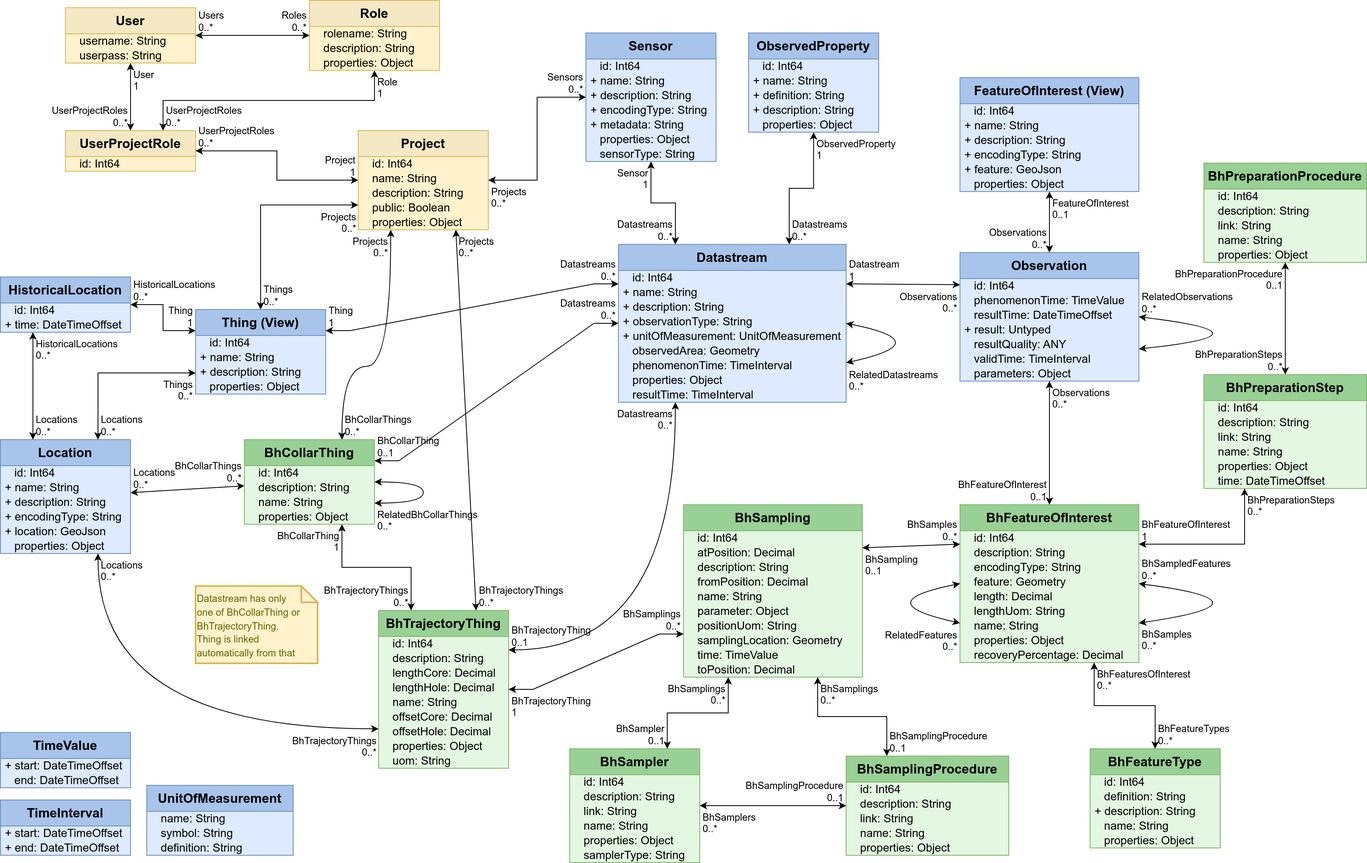
Before: Datamodel-SensorThingsApi-GeoTech.drawio.png, a diagram exported from draw.io (hylkevds/FROST-Server.Plugin.GeoTech). Source tidied: cells renumbered, new cells last; positions are measured from the earlier drawing's top-left corner, leaving out a move shared by most shapes.
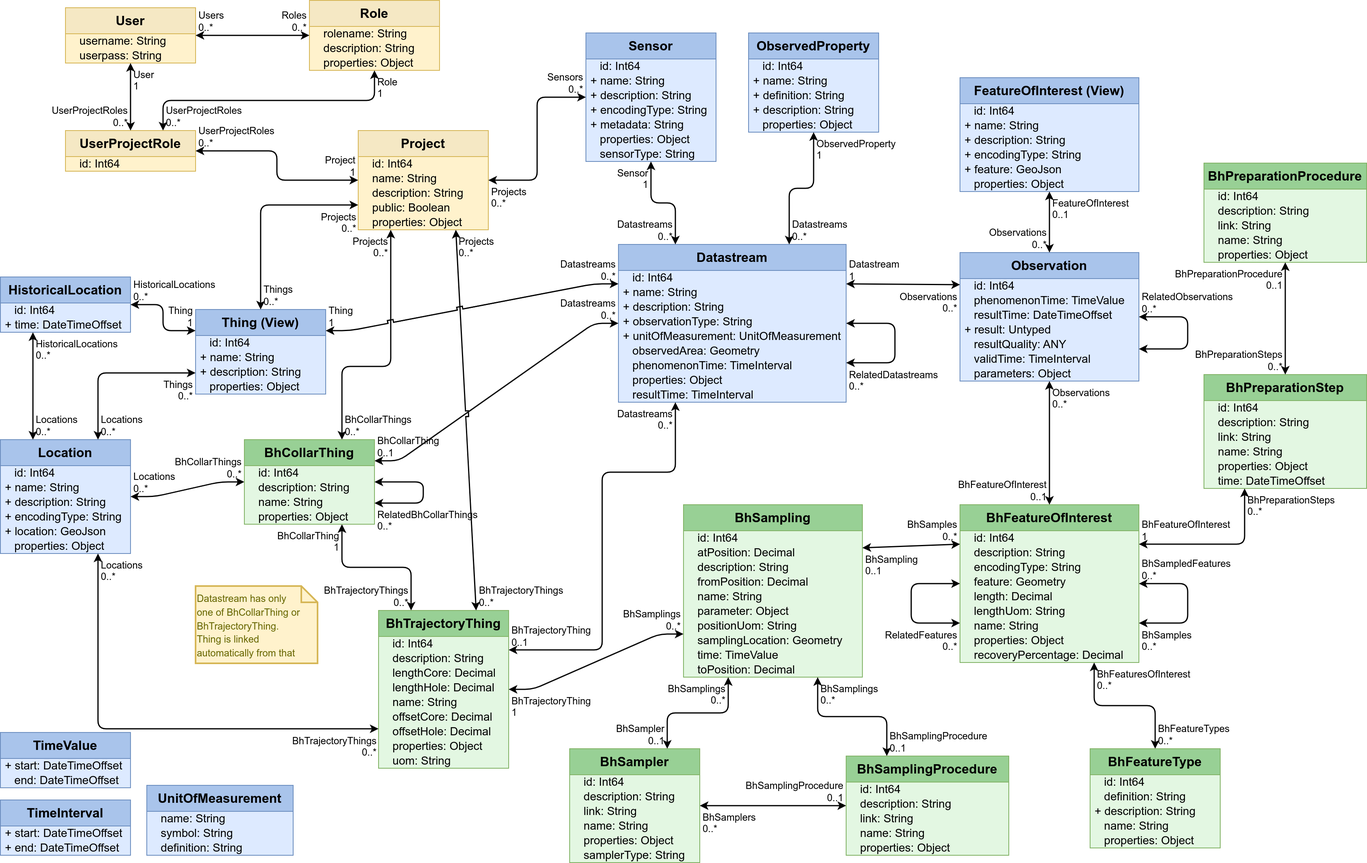
After the change.

Commit message:
Improved data model image

The edit, as a diff of the source:
```diff
@@ -34,6 +34,7 @@
     </mxCell>
-    <mxCell id="12" style="endArrow=classic;startArrow=classic;html=1;rounded=0;entryX=1;entryY=0.75;entryDx=0;entryDy=0;exitX=1;exitY=0.5;exitDx=0;exitDy=0;edgeStyle=orthogonalEdgeStyle;curved=1;" parent="1" edge="1" source="2" target="2">
+    <mxCell id="12" style="endArrow=classic;startArrow=classic;html=1;rounded=1;entryX=1;entryY=0.75;entryDx=0;entryDy=0;exitX=1;exitY=0.5;exitDx=0;exitDy=0;edgeStyle=orthogonalEdgeStyle;curved=0;strokeWidth=1.5;elbow=vertical;" parent="1" edge="1" source="2" target="2">
       <mxGeometry relative="1" as="geometry">
         <Array as="points">
-          <mxPoint x="1575" y="740" />
+          <mxPoint x="1460" y="717" />
+          <mxPoint x="1460" y="766" />
         </Array>
@@ -47,6 +48,7 @@
     </mxCell>
-    <mxCell id="15" style="endArrow=classic;startArrow=classic;html=1;rounded=0;entryX=0;entryY=0.5;entryDx=0;entryDy=0;exitX=0;exitY=0.75;exitDx=0;exitDy=0;edgeStyle=orthogonalEdgeStyle;curved=1;" parent="1" edge="1" source="2" target="2">
+    <mxCell id="15" style="endArrow=classic;startArrow=classic;html=1;rounded=1;entryX=0;entryY=0.5;entryDx=0;entryDy=0;exitX=0;exitY=0.75;exitDx=0;exitDy=0;edgeStyle=orthogonalEdgeStyle;curved=0;strokeWidth=1.5;elbow=vertical;" parent="1" edge="1" source="2" target="2">
       <mxGeometry relative="1" as="geometry">
         <Array as="points">
-          <mxPoint x="1065" y="740" />
+          <mxPoint x="1120" y="766" />
+          <mxPoint x="1120" y="717" />
         </Array>
@@ -75,3 +77,3 @@
     </mxCell>
-    <mxCell id="23" style="endArrow=classic;startArrow=classic;html=1;rounded=0;entryX=0.75;entryY=1;entryDx=0;entryDy=0;exitX=0.5;exitY=0;exitDx=0;exitDy=0;edgeStyle=orthogonalEdgeStyle;" parent="1" edge="1" source="17" target="2">
+    <mxCell id="23" style="endArrow=classic;startArrow=classic;html=1;rounded=1;entryX=0.75;entryY=1;entryDx=0;entryDy=0;exitX=0.5;exitY=0;exitDx=0;exitDy=0;edgeStyle=orthogonalEdgeStyle;strokeWidth=1.5;curved=0;" parent="1" edge="1" source="17" target="2">
       <mxGeometry relative="1" as="geometry" />
@@ -123,3 +125,3 @@
     </mxCell>
-    <mxCell id="39" style="endArrow=classic;startArrow=classic;html=1;rounded=0;entryX=1;entryY=0.25;entryDx=0;entryDy=0;exitX=0.25;exitY=1;exitDx=0;exitDy=0;edgeStyle=orthogonalEdgeStyle;" parent="1" edge="1" source="32" target="2">
+    <mxCell id="39" style="endArrow=classic;startArrow=classic;html=1;rounded=1;entryX=1;entryY=0.25;entryDx=0;entryDy=0;exitX=0.25;exitY=1;exitDx=0;exitDy=0;edgeStyle=orthogonalEdgeStyle;strokeWidth=1.5;curved=0;" parent="1" edge="1" source="32" target="2">
       <mxGeometry relative="1" as="geometry" />
@@ -132,3 +134,3 @@
     </mxCell>
-    <mxCell id="42" style="endArrow=classic;startArrow=classic;html=1;rounded=0;" parent="1" edge="1" source="32" target="26">
+    <mxCell id="42" style="endArrow=classic;startArrow=classic;html=1;rounded=1;strokeWidth=1.5;curved=0;" parent="1" edge="1" source="32" target="26">
       <mxGeometry relative="1" as="geometry" />
@@ -195,3 +197,3 @@
     </mxCell>
-    <mxCell id="63" style="endArrow=classic;startArrow=classic;html=1;rounded=0;edgeStyle=orthogonalEdgeStyle;exitX=0.25;exitY=1;exitDx=0;exitDy=0;entryX=0.75;entryY=0;entryDx=0;entryDy=0;" parent="1" edge="1" source="52" target="45">
+    <mxCell id="63" style="endArrow=classic;startArrow=classic;html=1;rounded=1;edgeStyle=orthogonalEdgeStyle;exitX=0.25;exitY=1;exitDx=0;exitDy=0;entryX=0.75;entryY=0;entryDx=0;entryDy=0;strokeWidth=1.5;curved=0;" parent="1" edge="1" source="52" target="45">
       <mxGeometry relative="1" as="geometry" />
@@ -204,3 +206,3 @@
     </mxCell>
-    <mxCell id="66" style="endArrow=classic;startArrow=classic;html=1;rounded=0;exitX=1;exitY=0.25;exitDx=0;exitDy=0;entryX=0;entryY=0.25;entryDx=0;entryDy=0;" parent="1" edge="1" source="52" target="2">
+    <mxCell id="66" style="endArrow=classic;startArrow=classic;html=1;rounded=1;exitX=1;exitY=0.25;exitDx=0;exitDy=0;entryX=0;entryY=0.25;entryDx=0;entryDy=0;strokeWidth=1.5;curved=0;" parent="1" edge="1" source="52" target="2">
       <mxGeometry relative="1" as="geometry" />
@@ -231,3 +233,3 @@
     </mxCell>
-    <mxCell id="75" style="endArrow=classic;startArrow=classic;html=1;rounded=0;" parent="1" edge="1" source="69" target="45">
+    <mxCell id="75" style="endArrow=classic;startArrow=classic;html=1;rounded=1;strokeWidth=1.5;curved=0;" parent="1" edge="1" source="69" target="45">
       <mxGeometry relative="1" as="geometry" />
@@ -240,3 +242,3 @@
     </mxCell>
-    <mxCell id="78" style="endArrow=classic;startArrow=classic;html=1;rounded=0;edgeStyle=orthogonalEdgeStyle;entryX=0.75;entryY=1;entryDx=0;entryDy=0;exitX=0.25;exitY=0;exitDx=0;exitDy=0;" parent="1" edge="1" source="69" target="52">
+    <mxCell id="78" style="endArrow=classic;startArrow=classic;html=1;rounded=1;edgeStyle=orthogonalEdgeStyle;entryX=0.75;entryY=1;entryDx=0;entryDy=0;exitX=0.25;exitY=0;exitDx=0;exitDy=0;strokeWidth=1.5;curved=0;" parent="1" edge="1" source="69" target="52">
       <mxGeometry relative="1" as="geometry" />
@@ -279,3 +281,3 @@
     </mxCell>
-    <mxCell id="91" style="endArrow=classic;startArrow=classic;html=1;rounded=0;edgeStyle=orthogonalEdgeStyle;entryX=0.75;entryY=1;entryDx=0;entryDy=0;exitX=0.25;exitY=0;exitDx=0;exitDy=0;" parent="1" edge="1" source="81" target="243">
+    <mxCell id="91" style="endArrow=classic;startArrow=classic;html=1;rounded=1;edgeStyle=orthogonalEdgeStyle;entryX=0.75;entryY=1;entryDx=0;entryDy=0;exitX=0.25;exitY=0;exitDx=0;exitDy=0;strokeWidth=1.5;curved=0;" parent="1" edge="1" source="81" target="243">
       <mxGeometry relative="1" as="geometry" />
@@ -288,3 +290,3 @@
     </mxCell>
-    <mxCell id="94" style="endArrow=classic;startArrow=classic;html=1;rounded=0;entryX=0;entryY=0.75;entryDx=0;entryDy=0;exitX=1;exitY=0.5;exitDx=0;exitDy=0;edgeStyle=entityRelationEdgeStyle;" parent="1" edge="1" source="81" target="52">
+    <mxCell id="94" style="endArrow=classic;startArrow=classic;html=1;rounded=1;entryX=0;entryY=0.75;entryDx=0;entryDy=0;exitX=1;exitY=0.5;exitDx=0;exitDy=0;edgeStyle=entityRelationEdgeStyle;strokeWidth=1.5;curved=0;" parent="1" edge="1" source="81" target="52">
       <mxGeometry relative="1" as="geometry" />
@@ -327,3 +329,3 @@
     </mxCell>
-    <mxCell id="107" style="endArrow=classic;startArrow=classic;html=1;rounded=0;entryX=1;entryY=0.25;entryDx=0;entryDy=0;exitX=0;exitY=0.5;exitDx=0;exitDy=0;edgeStyle=entityRelationEdgeStyle;" parent="1" edge="1" source="97" target="243">
+    <mxCell id="107" style="endArrow=classic;startArrow=classic;html=1;rounded=1;entryX=1;entryY=0.25;entryDx=0;entryDy=0;exitX=0;exitY=0.5;exitDx=0;exitDy=0;edgeStyle=entityRelationEdgeStyle;strokeWidth=1.5;curved=0;" parent="1" edge="1" source="97" target="243">
       <mxGeometry relative="1" as="geometry" />
@@ -336,4 +338,10 @@
     </mxCell>
-    <mxCell id="110" style="endArrow=classic;startArrow=classic;html=1;rounded=0;entryX=1;entryY=0.25;entryDx=0;entryDy=0;edgeStyle=orthogonalEdgeStyle;exitX=0.25;exitY=1;exitDx=0;exitDy=0;curved=1;" parent="1" edge="1" source="97" target="81">
-      <mxGeometry relative="1" as="geometry" />
+    <mxCell id="110" style="endArrow=classic;startArrow=classic;html=1;rounded=1;entryX=1;entryY=0.25;entryDx=0;entryDy=0;edgeStyle=orthogonalEdgeStyle;exitX=0.25;exitY=1;exitDx=0;exitDy=0;curved=0;strokeWidth=1.5;" parent="1" edge="1" source="97" target="81">
+      <mxGeometry relative="1" as="geometry">
+        <Array as="points">
+          <mxPoint x="830" y="580" />
+          <mxPoint x="740" y="580" />
+          <mxPoint x="740" y="799" />
+        </Array>
+      </mxGeometry>
     </mxCell>
@@ -345,6 +353,7 @@
     </mxCell>
-    <mxCell id="113" style="endArrow=classic;startArrow=classic;html=1;rounded=0;entryX=1;entryY=0.5;entryDx=0;entryDy=0;exitX=1;exitY=0.75;exitDx=0;exitDy=0;edgeStyle=orthogonalEdgeStyle;curved=1;" parent="1" edge="1" source="97" target="97">
+    <mxCell id="113" style="endArrow=classic;startArrow=classic;html=1;rounded=1;entryX=1;entryY=0.5;entryDx=0;entryDy=0;exitX=1;exitY=0.75;exitDx=0;exitDy=0;edgeStyle=orthogonalEdgeStyle;curved=0;strokeWidth=1.5;elbow=vertical;" parent="1" edge="1" source="97" target="97">
       <mxGeometry relative="1" as="geometry">
         <Array as="points">
-          <mxPoint x="1155" y="420" />
+          <mxPoint x="1100" y="446" />
+          <mxPoint x="1100" y="397" />
         </Array>
@@ -406,3 +415,3 @@
     </mxCell>
-    <mxCell id="132" style="endArrow=classic;startArrow=classic;html=1;rounded=0;" parent="1" edge="1" source="125" target="243">
+    <mxCell id="132" style="endArrow=classic;startArrow=classic;html=1;rounded=1;strokeWidth=1.5;edgeStyle=entityRelationEdgeStyle;" parent="1" edge="1" source="125" target="243">
       <mxGeometry relative="1" as="geometry" />
@@ -415,3 +424,3 @@
     </mxCell>
-    <mxCell id="135" style="endArrow=classic;startArrow=classic;html=1;rounded=0;entryX=0;entryY=0.75;entryDx=0;entryDy=0;exitX=0.75;exitY=1;exitDx=0;exitDy=0;edgeStyle=orthogonalEdgeStyle;curved=1;" parent="1" edge="1" source="125" target="81">
+    <mxCell id="135" style="endArrow=classic;startArrow=classic;html=1;rounded=1;entryX=0;entryY=0.75;entryDx=0;entryDy=0;exitX=0.75;exitY=1;exitDx=0;exitDy=0;edgeStyle=orthogonalEdgeStyle;curved=0;strokeWidth=1.5;" parent="1" edge="1" source="125" target="81">
       <mxGeometry relative="1" as="geometry" />
@@ -424,3 +433,3 @@
     </mxCell>
-    <mxCell id="138" style="endArrow=classic;startArrow=classic;html=1;rounded=0;entryX=0.25;entryY=1;entryDx=0;entryDy=0;exitX=0.25;exitY=0;exitDx=0;exitDy=0;" parent="1" edge="1" source="125" target="122">
+    <mxCell id="138" style="endArrow=classic;startArrow=classic;html=1;rounded=1;entryX=0.25;entryY=1;entryDx=0;entryDy=0;exitX=0.25;exitY=0;exitDx=0;exitDy=0;strokeWidth=1.5;curved=0;" parent="1" edge="1" source="125" target="122">
       <mxGeometry relative="1" as="geometry" />
@@ -457,3 +466,3 @@
     </mxCell>
-    <mxCell id="149" style="endArrow=classic;startArrow=classic;html=1;rounded=0;entryX=1;entryY=0.25;entryDx=0;entryDy=0;exitX=0;exitY=0.25;exitDx=0;exitDy=0;" parent="1" edge="1" source="141" target="97">
+    <mxCell id="149" style="endArrow=classic;startArrow=classic;html=1;rounded=1;entryX=1;entryY=0.25;entryDx=0;entryDy=0;exitX=0;exitY=0.25;exitDx=0;exitDy=0;strokeWidth=1.5;curved=0;" parent="1" edge="1" source="141" target="97">
       <mxGeometry relative="1" as="geometry" />
@@ -466,3 +475,3 @@
     </mxCell>
-    <mxCell id="152" style="endArrow=classic;startArrow=classic;html=1;rounded=0;" parent="1" edge="1" source="141" target="2">
+    <mxCell id="152" style="endArrow=classic;startArrow=classic;html=1;rounded=1;strokeWidth=1.5;curved=0;" parent="1" edge="1" source="141" target="2">
       <mxGeometry relative="1" as="geometry" />
@@ -475,3 +484,3 @@
     </mxCell>
-    <mxCell id="155" style="endArrow=classic;startArrow=classic;html=1;rounded=0;exitX=0.5;exitY=0;exitDx=0;exitDy=0;" parent="1" edge="1" source="141" target="115">
+    <mxCell id="155" style="endArrow=classic;startArrow=classic;html=1;rounded=1;exitX=0.5;exitY=0;exitDx=0;exitDy=0;strokeWidth=1.5;curved=0;" parent="1" edge="1" source="141" target="115">
       <mxGeometry relative="1" as="geometry" />
@@ -484,6 +493,7 @@
     </mxCell>
-    <mxCell id="158" style="endArrow=classic;startArrow=classic;html=1;rounded=0;exitX=1;exitY=0.5;exitDx=0;exitDy=0;entryX=1;entryY=0.75;entryDx=0;entryDy=0;edgeStyle=orthogonalEdgeStyle;curved=1;" parent="1" edge="1" source="141" target="141">
+    <mxCell id="158" style="endArrow=classic;startArrow=classic;html=1;rounded=1;exitX=1;exitY=0.5;exitDx=0;exitDy=0;entryX=1;entryY=0.75;entryDx=0;entryDy=0;edgeStyle=orthogonalEdgeStyle;curved=0;strokeWidth=1.5;elbow=vertical;" parent="1" edge="1" source="141" target="141">
       <mxGeometry relative="1" as="geometry">
         <Array as="points">
-          <mxPoint x="1575" y="410" />
+          <mxPoint x="1460" y="389" />
+          <mxPoint x="1460" y="429" />
         </Array>
@@ -512,3 +522,3 @@
     </mxCell>
-    <mxCell id="166" style="endArrow=classic;startArrow=classic;html=1;rounded=0;edgeStyle=orthogonalEdgeStyle;entryX=0.75;entryY=0;entryDx=0;entryDy=0;" parent="1" edge="1" source="160" target="97">
+    <mxCell id="166" style="endArrow=classic;startArrow=classic;html=1;rounded=1;edgeStyle=orthogonalEdgeStyle;entryX=0.75;entryY=0;entryDx=0;entryDy=0;strokeWidth=1.5;curved=0;" parent="1" edge="1" source="160" target="97">
       <mxGeometry relative="1" as="geometry" />
@@ -539,3 +549,3 @@
     </mxCell>
-    <mxCell id="175" style="endArrow=classic;startArrow=classic;html=1;rounded=0;entryX=0.75;entryY=0;entryDx=0;entryDy=0;exitX=0.25;exitY=1;exitDx=0;exitDy=0;edgeStyle=orthogonalEdgeStyle;curved=1;" parent="1" edge="1" source="169" target="243">
+    <mxCell id="175" style="endArrow=classic;startArrow=classic;html=1;rounded=1;entryX=0.75;entryY=0;entryDx=0;entryDy=0;exitX=0.25;exitY=1;exitDx=0;exitDy=0;edgeStyle=orthogonalEdgeStyle;curved=0;strokeWidth=1.5;" parent="1" edge="1" source="169" target="243">
       <mxGeometry relative="1" as="geometry">
@@ -553,3 +563,3 @@
     </mxCell>
-    <mxCell id="178" style="endArrow=classic;startArrow=classic;html=1;rounded=0;exitX=0.75;exitY=1;exitDx=0;exitDy=0;entryX=0.75;entryY=0;entryDx=0;entryDy=0;" parent="1" edge="1" source="169" target="81">
+    <mxCell id="178" style="endArrow=classic;startArrow=classic;html=1;rounded=1;exitX=0.75;exitY=1;exitDx=0;exitDy=0;entryX=0.75;entryY=0;entryDx=0;entryDy=0;strokeWidth=1.5;curved=0;jumpStyle=sharp;" parent="1" edge="1" source="169" target="81">
       <mxGeometry relative="1" as="geometry" />
@@ -598,3 +608,3 @@
     </mxCell>
-    <mxCell id="193" style="endArrow=classic;startArrow=classic;html=1;rounded=0;exitX=0.5;exitY=1;exitDx=0;exitDy=0;entryX=0.25;entryY=0;entryDx=0;entryDy=0;edgeStyle=orthogonalEdgeStyle;" parent="1" edge="1" source="185" target="97">
+    <mxCell id="193" style="endArrow=classic;startArrow=classic;html=1;rounded=1;exitX=0.5;exitY=1;exitDx=0;exitDy=0;entryX=0.25;entryY=0;entryDx=0;entryDy=0;edgeStyle=orthogonalEdgeStyle;strokeWidth=1.5;curved=0;" parent="1" edge="1" source="185" target="97">
       <mxGeometry relative="1" as="geometry" />
@@ -607,3 +617,3 @@
     </mxCell>
-    <mxCell id="196" style="endArrow=classic;startArrow=classic;html=1;rounded=0;edgeStyle=orthogonalEdgeStyle;" parent="1" edge="1" source="185" target="169">
+    <mxCell id="196" style="endArrow=classic;startArrow=classic;html=1;rounded=1;edgeStyle=orthogonalEdgeStyle;strokeWidth=1.5;curved=0;" parent="1" edge="1" source="185" target="169">
       <mxGeometry relative="1" as="geometry" />
@@ -631,3 +641,3 @@
     </mxCell>
-    <mxCell id="204" style="endArrow=classic;startArrow=classic;html=1;rounded=0;edgeStyle=orthogonalEdgeStyle;exitX=0;exitY=0.25;exitDx=0;exitDy=0;" parent="1" edge="1" source="199" target="122">
+    <mxCell id="204" style="endArrow=classic;startArrow=classic;html=1;rounded=1;edgeStyle=orthogonalEdgeStyle;exitX=0;exitY=0.25;exitDx=0;exitDy=0;strokeWidth=1.5;curved=0;" parent="1" edge="1" source="199" target="122">
       <mxGeometry relative="1" as="geometry" />
@@ -640,3 +650,3 @@
     </mxCell>
-    <mxCell id="207" style="endArrow=classic;startArrow=classic;html=1;rounded=0;exitX=0;exitY=0.75;exitDx=0;exitDy=0;entryX=0.75;entryY=0;entryDx=0;entryDy=0;edgeStyle=orthogonalEdgeStyle;" parent="1" edge="1" source="199" target="125">
+    <mxCell id="207" style="endArrow=classic;startArrow=classic;html=1;rounded=1;exitX=0;exitY=0.75;exitDx=0;exitDy=0;entryX=0.75;entryY=0;entryDx=0;entryDy=0;edgeStyle=orthogonalEdgeStyle;strokeWidth=1.5;curved=0;" parent="1" edge="1" source="199" target="125">
       <mxGeometry relative="1" as="geometry" />
@@ -649,3 +659,3 @@
     </mxCell>
-    <mxCell id="210" style="endArrow=classic;startArrow=classic;html=1;rounded=0;edgeStyle=orthogonalEdgeStyle;entryX=0;entryY=0.75;entryDx=0;entryDy=0;exitX=0.5;exitY=0;exitDx=0;exitDy=0;" parent="1" edge="1" source="199" target="169">
+    <mxCell id="210" style="endArrow=classic;startArrow=classic;html=1;rounded=1;edgeStyle=orthogonalEdgeStyle;entryX=0;entryY=0.75;entryDx=0;entryDy=0;exitX=0.5;exitY=0;exitDx=0;exitDy=0;strokeWidth=1.5;curved=0;" parent="1" edge="1" source="199" target="169">
       <mxGeometry relative="1" as="geometry" />
@@ -658,3 +668,3 @@
     </mxCell>
-    <mxCell id="213" style="endArrow=classic;startArrow=classic;html=1;rounded=0;entryX=0;entryY=0.25;entryDx=0;entryDy=0;edgeStyle=entityRelationEdgeStyle;exitX=1;exitY=0.25;exitDx=0;exitDy=0;" parent="1" edge="1" source="199" target="97">
+    <mxCell id="213" style="endArrow=classic;startArrow=classic;html=1;rounded=1;entryX=0;entryY=0.25;entryDx=0;entryDy=0;edgeStyle=entityRelationEdgeStyle;exitX=1;exitY=0.25;exitDx=0;exitDy=0;strokeWidth=1.5;curved=0;jumpStyle=sharp;" parent="1" edge="1" source="199" target="97">
       <mxGeometry relative="1" as="geometry" />
@@ -676,3 +686,3 @@
     </mxCell>
-    <mxCell id="219" style="endArrow=classic;startArrow=classic;html=1;rounded=0;" parent="1" edge="1" source="216" target="181">
+    <mxCell id="219" style="endArrow=classic;startArrow=classic;html=1;rounded=1;strokeWidth=1.5;curved=0;" parent="1" edge="1" source="216" target="181">
       <mxGeometry relative="1" as="geometry" />
@@ -691,3 +701,3 @@
     </mxCell>
-    <mxCell id="224" style="endArrow=classic;startArrow=classic;html=1;rounded=0;edgeStyle=orthogonalEdgeStyle;" parent="1" edge="1" source="222" target="169">
+    <mxCell id="224" style="endArrow=classic;startArrow=classic;html=1;rounded=1;edgeStyle=orthogonalEdgeStyle;strokeWidth=1.5;curved=0;" parent="1" edge="1" source="222" target="169">
       <mxGeometry relative="1" as="geometry" />
@@ -700,3 +710,3 @@
     </mxCell>
-    <mxCell id="227" style="endArrow=classic;startArrow=classic;html=1;rounded=0;edgeStyle=orthogonalEdgeStyle;exitX=0.75;exitY=0;exitDx=0;exitDy=0;" parent="1" edge="1" source="222" target="181">
+    <mxCell id="227" style="endArrow=classic;startArrow=classic;html=1;rounded=1;edgeStyle=orthogonalEdgeStyle;exitX=0.75;exitY=0;exitDx=0;exitDy=0;strokeWidth=1.5;curved=0;" parent="1" edge="1" source="222" target="181">
       <mxGeometry relative="1" as="geometry" />
@@ -709,3 +719,3 @@
     </mxCell>
-    <mxCell id="230" style="endArrow=classic;startArrow=classic;html=1;rounded=0;" parent="1" edge="1" source="222" target="216">
+    <mxCell id="230" style="endArrow=classic;startArrow=classic;html=1;rounded=1;strokeWidth=1.5;curved=0;" parent="1" edge="1" source="222" target="216">
       <mxGeometry relative="1" as="geometry" />
@@ -766,3 +776,3 @@
     </mxCell>
-    <mxCell id="249" style="endArrow=classic;startArrow=classic;html=1;rounded=0;entryX=1;entryY=0.5;entryDx=0;entryDy=0;exitX=1;exitY=0.75;exitDx=0;exitDy=0;edgeStyle=orthogonalEdgeStyle;curved=1;" parent="1" edge="1" source="243" target="243">
+    <mxCell id="249" style="endArrow=classic;startArrow=classic;html=1;rounded=1;entryX=1;entryY=0.5;entryDx=0;entryDy=0;exitX=1;exitY=0.75;exitDx=0;exitDy=0;edgeStyle=orthogonalEdgeStyle;curved=0;strokeWidth=1.5;" parent="1" edge="1" source="243" target="243">
       <mxGeometry relative="1" as="geometry">
```
